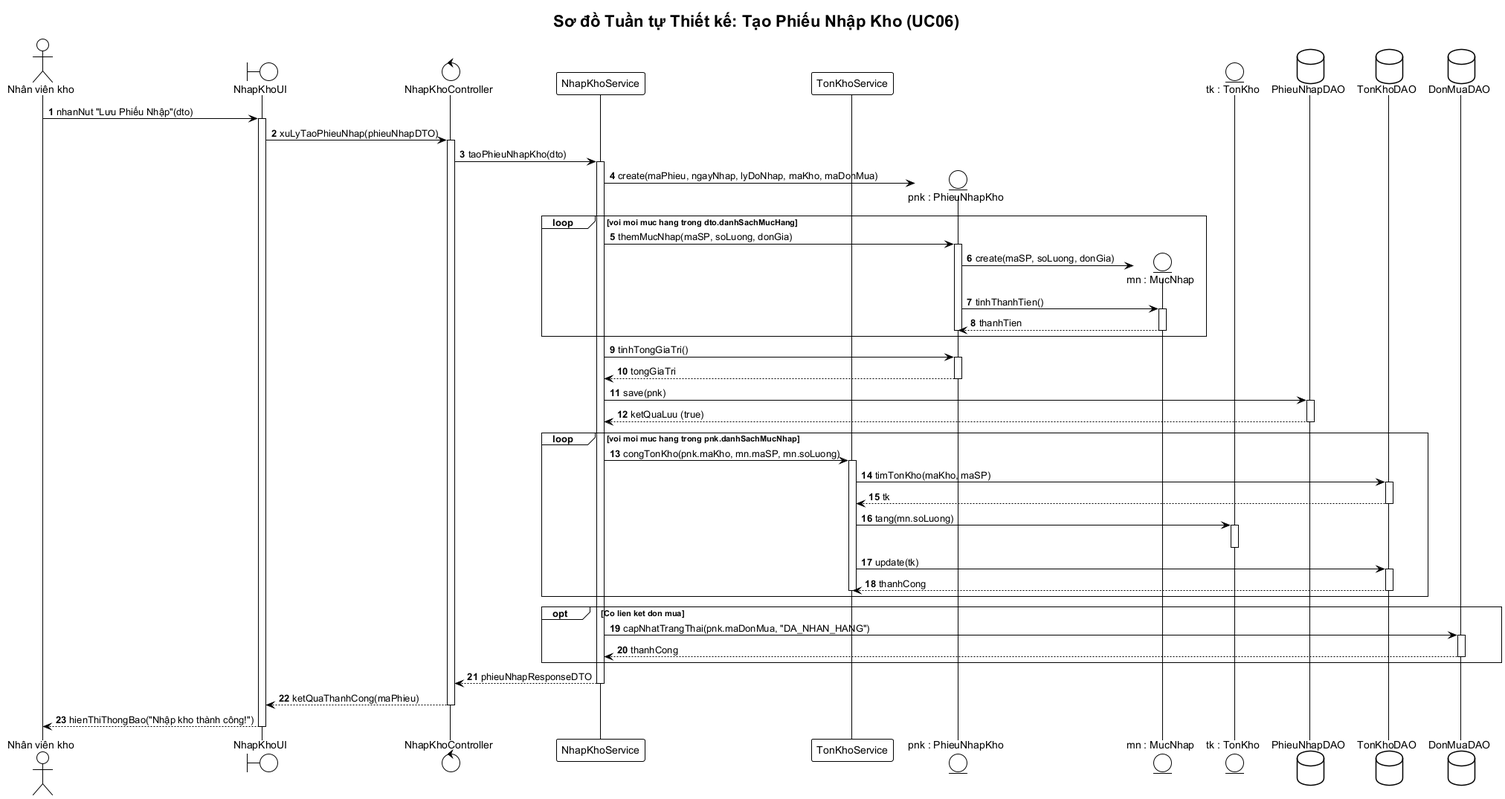
Above: BTL-QuanLyKhoHang/diagrams/sequence-nhap-kho.png in vuhoabinh2416137/G8_Quanlysanphamvakhohang (PlantUML), before the change. Source of this version:
```plantuml
@startuml sequence-nhap-kho
!theme plain
autonumber
skinparam responseMessageBelowArrow true
skinparam defaultFontName "Arial"

title Sơ đồ Tuần tự Thiết kế: Tạo Phiếu Nhập Kho (UC06)

actor "Nhân viên kho" as NV
boundary "NhapKhoUI" as UI
control "NhapKhoController" as Ctrl
participant "NhapKhoService" as Service
participant "TonKhoService" as TKKService
entity "pnk : PhieuNhapKho" as PNK
entity "mn : MucNhap" as MN
entity "tk : TonKho" as TK
database "PhieuNhapDAO" as PNDAO
database "TonKhoDAO" as TKDAO
database "DonMuaDAO" as PODAO

NV -> UI: nhanNut "Lưu Phiếu Nhập"(dto)
activate UI
UI -> Ctrl: xuLyTaoPhieuNhap(phieuNhapDTO)
activate Ctrl

Ctrl -> Service: taoPhieuNhapKho(dto)
activate Service

Service -> PNK**: create(maPhieu, ngayNhap, lyDoNhap, maKho, maDonMua)

loop voi moi muc hang trong dto.danhSachMucHang
    Service -> PNK: themMucNhap(maSP, soLuong, donGia)
    activate PNK
    PNK -> MN**: create(maSP, soLuong, donGia)
    PNK -> MN: tinhThanhTien()
    activate MN
    MN --> PNK: thanhTien
    deactivate MN
    deactivate PNK
end

Service -> PNK: tinhTongGiaTri()
activate PNK
PNK --> Service: tongGiaTri
deactivate PNK

Service -> PNDAO: save(pnk)
activate PNDAO
PNDAO --> Service: ketQuaLuu (true)
deactivate PNDAO

loop voi moi muc hang trong pnk.danhSachMucNhap
    Service -> TKKService: congTonKho(pnk.maKho, mn.maSP, mn.soLuong)
    activate TKKService
    TKKService -> TKDAO: timTonKho(maKho, maSP)
    activate TKDAO
    TKDAO --> TKKService: tk
    deactivate TKDAO

    TKKService -> TK: tang(mn.soLuong)
    activate TK
    deactivate TK

    TKKService -> TKDAO: update(tk)
    activate TKDAO
    TKDAO --> TKKService: thanhCong
    deactivate TKDAO
    deactivate TKKService
end

opt Co lien ket don mua
    Service -> PODAO: capNhatTrangThai(pnk.maDonMua, "DA_NHAN_HANG")
    activate PODAO
    PODAO --> Service: thanhCong
    deactivate PODAO
end

Service --> Ctrl: phieuNhapResponseDTO
deactivate Service

Ctrl --> UI: ketQuaThanhCong(maPhieu)
deactivate Ctrl

UI --> NV: hienThiThongBao("Nhập kho thành công!")
deactivate UI
@enduml
```
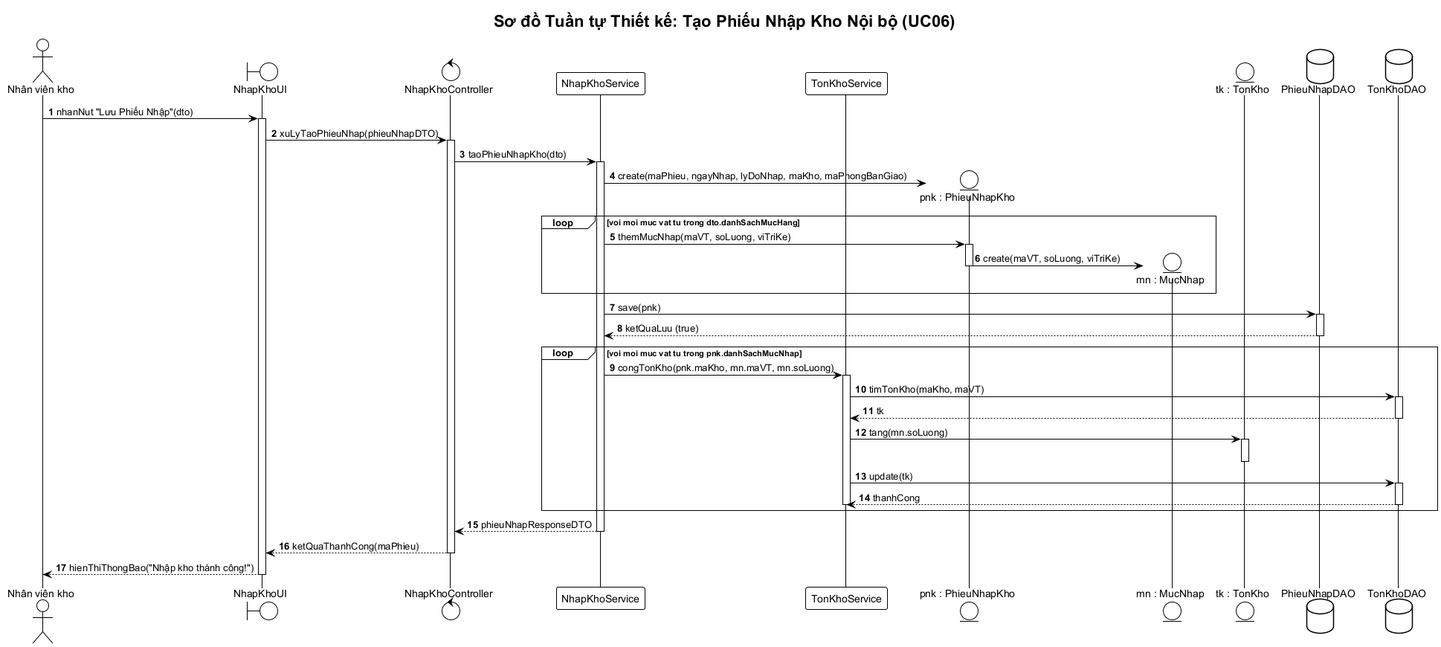
The same diagram one commit later.

What changed in the source:
```diff
@@ -4,7 +4,7 @@
 skinparam responseMessageBelowArrow true
 skinparam defaultFontName "Arial"
 
-title Sơ đồ Tuần tự Thiết kế: Tạo Phiếu Nhập Kho (UC06)
+title Sơ đồ Tuần tự Thiết kế: Tạo Phiếu Nhập Kho Nội bộ (UC06)
 
 actor "Nhân viên kho" as NV
 boundary "NhapKhoUI" as UI
@@ -16,7 +16,6 @@
 entity "tk : TonKho" as TK
 database "PhieuNhapDAO" as PNDAO
 database "TonKhoDAO" as TKDAO
-database "DonMuaDAO" as PODAO
 
 NV -> UI: nhanNut "Lưu Phiếu Nhập"(dto)
 activate UI
@@ -26,33 +25,24 @@
 Ctrl -> Service: taoPhieuNhapKho(dto)
 activate Service
 
-Service -> PNK**: create(maPhieu, ngayNhap, lyDoNhap, maKho, maDonMua)
+Service -> PNK**: create(maPhieu, ngayNhap, lyDoNhap, maKho, maPhongBanGiao)
 
-loop voi moi muc hang trong dto.danhSachMucHang
-    Service -> PNK: themMucNhap(maSP, soLuong, donGia)
+loop voi moi muc vat tu trong dto.danhSachMucHang
+    Service -> PNK: themMucNhap(maVT, soLuong, viTriKe)
     activate PNK
-    PNK -> MN**: create(maSP, soLuong, donGia)
-    PNK -> MN: tinhThanhTien()
-    activate MN
-    MN --> PNK: thanhTien
-    deactivate MN
+    PNK -> MN**: create(maVT, soLuong, viTriKe)
     deactivate PNK
 end
-
-Service -> PNK: tinhTongGiaTri()
-activate PNK
-PNK --> Service: tongGiaTri
-deactivate PNK
 
 Service -> PNDAO: save(pnk)
 activate PNDAO
 PNDAO --> Service: ketQuaLuu (true)
 deactivate PNDAO
 
-loop voi moi muc hang trong pnk.danhSachMucNhap
-    Service -> TKKService: congTonKho(pnk.maKho, mn.maSP, mn.soLuong)
+loop voi moi muc vat tu trong pnk.danhSachMucNhap
+    Service -> TKKService: congTonKho(pnk.maKho, mn.maVT, mn.soLuong)
     activate TKKService
-    TKKService -> TKDAO: timTonKho(maKho, maSP)
+    TKKService -> TKDAO: timTonKho(maKho, maVT)
     activate TKDAO
     TKDAO --> TKKService: tk
     deactivate TKDAO
@@ -68,13 +58,6 @@
     deactivate TKKService
 end
 
-opt Co lien ket don mua
-    Service -> PODAO: capNhatTrangThai(pnk.maDonMua, "DA_NHAN_HANG")
-    activate PODAO
-    PODAO --> Service: thanhCong
-    deactivate PODAO
-end
-
 Service --> Ctrl: phieuNhapResponseDTO
 deactivate Service
 
```
